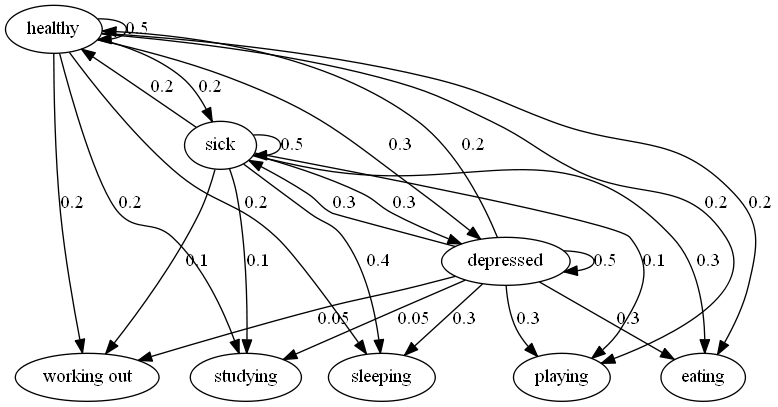
The Graphviz diagram rgr5/student_hidden_markov.dot.png in Sergius98/DigitalSignalProcessionLabs, before a commit. Its source is kept beside it as rgr5/student_hidden_markov.dot.
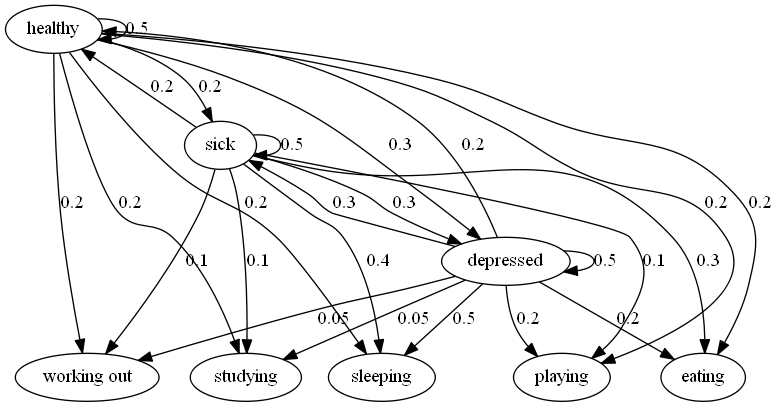
The same diagram one commit later.

Change to the diagram source:
```diff
@@ -26,9 +26,9 @@
 depressed -> healthy  [key=0, label="0.2", weight="0.2"];
 depressed -> sick  [key=0, label="0.3", weight="0.3"];
 depressed -> depressed  [key=0, label="0.5", weight="0.5"];
-depressed -> sleeping  [key=0, label="0.3", weight="0.3"];
-depressed -> eating  [key=0, label="0.3", weight="0.3"];
-depressed -> playing  [key=0, label="0.3", weight="0.3"];
+depressed -> sleeping  [key=0, label="0.5", weight="0.5"];
+depressed -> eating  [key=0, label="0.2", weight="0.2"];
+depressed -> playing  [key=0, label="0.2", weight="0.2"];
 depressed -> "working out"  [key=0, label="0.05", weight="0.05"];
 depressed -> studying  [key=0, label="0.05", weight="0.05"];
 }
```
